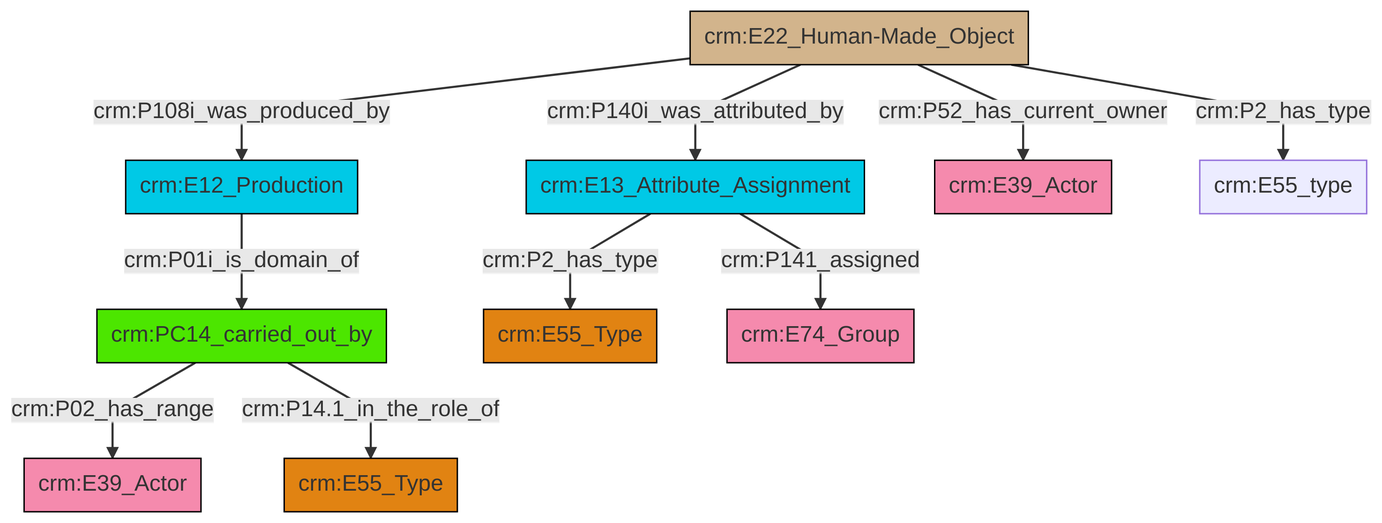
Earlier version of the Mermaid export et/builtWorkCSV/ttl/mmd/png/Built_Work_actor_relations.png (swiss-art-research-net/docs.swissartresearch). Its source is kept beside it as et/builtWorkCSV/ttl/mmd/Built_Work_actor_relations.ttl.mmd.
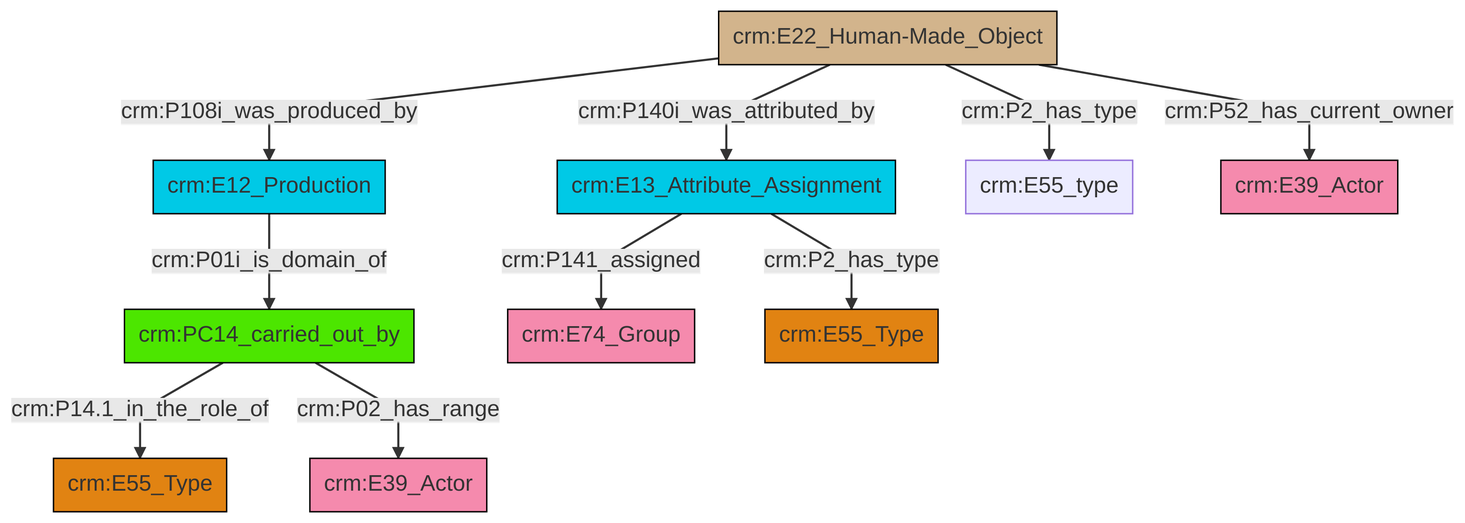
After the commit.

Change to the diagram source:
```diff
@@ -13,12 +13,12 @@
 classDef PC_Classes fill:#4ce600, stroke:#000000;
 classDef Multi fill:#cccccc,stroke:#000000;
 
-0["crm:E12_Production"]:::Temporal_Entity -->|crm:P01i_is_domain_of| 1["crm:PC14_carried_out_by"]:::PC_Classes
-6["crm:E22_Human-Made_Object"]:::Physical_Thing -->|crm:P140i_was_attributed_by| 2["crm:E13_Attribute_Assignment"]:::Temporal_Entity
-2["crm:E13_Attribute_Assignment"]:::Temporal_Entity -->|crm:P2_has_type| 9["crm:E55_Type"]:::Type
-6["crm:E22_Human-Made_Object"]:::Physical_Thing -->|crm:P108i_was_produced_by| 0["crm:E12_Production"]:::Temporal_Entity
-1["crm:PC14_carried_out_by"]:::PC_Classes -->|crm:P02_has_range| 11["crm:E39_Actor"]:::Actor
-2["crm:E13_Attribute_Assignment"]:::Temporal_Entity -->|crm:P141_assigned| 12["crm:E74_Group"]:::Actor
-1["crm:PC14_carried_out_by"]:::PC_Classes -->|crm:P14.1_in_the_role_of| 7["crm:E55_Type"]:::Type
-6["crm:E22_Human-Made_Object"]:::Physical_Thing -->|crm:P52_has_current_owner| 4["crm:E39_Actor"]:::Actor
-6["crm:E22_Human-Made_Object"]:::Physical_Thing -->|crm:P2_has_type| 13["crm:E55_type"]:::Default
+0["crm:E12_Production"]:::Temporal_Entity -->|crm:P01i_is_domain_of| 2["crm:PC14_carried_out_by"]:::PC_Classes
+3["crm:E22_Human-Made_Object"]:::Physical_Thing -->|crm:P140i_was_attributed_by| 4["crm:E13_Attribute_Assignment"]:::Temporal_Entity
+3["crm:E22_Human-Made_Object"]:::Physical_Thing -->|crm:P2_has_type| 6["crm:E55_type"]:::Default
+2["crm:PC14_carried_out_by"]:::PC_Classes -->|crm:P14.1_in_the_role_of| 7["crm:E55_Type"]:::Type
+4["crm:E13_Attribute_Assignment"]:::Temporal_Entity -->|crm:P141_assigned| 8["crm:E74_Group"]:::Actor
+4["crm:E13_Attribute_Assignment"]:::Temporal_Entity -->|crm:P2_has_type| 9["crm:E55_Type"]:::Type
+3["crm:E22_Human-Made_Object"]:::Physical_Thing -->|crm:P108i_was_produced_by| 0["crm:E12_Production"]:::Temporal_Entity
+2["crm:PC14_carried_out_by"]:::PC_Classes -->|crm:P02_has_range| 12["crm:E39_Actor"]:::Actor
+3["crm:E22_Human-Made_Object"]:::Physical_Thing -->|crm:P52_has_current_owner| 13["crm:E39_Actor"]:::Actor
```
